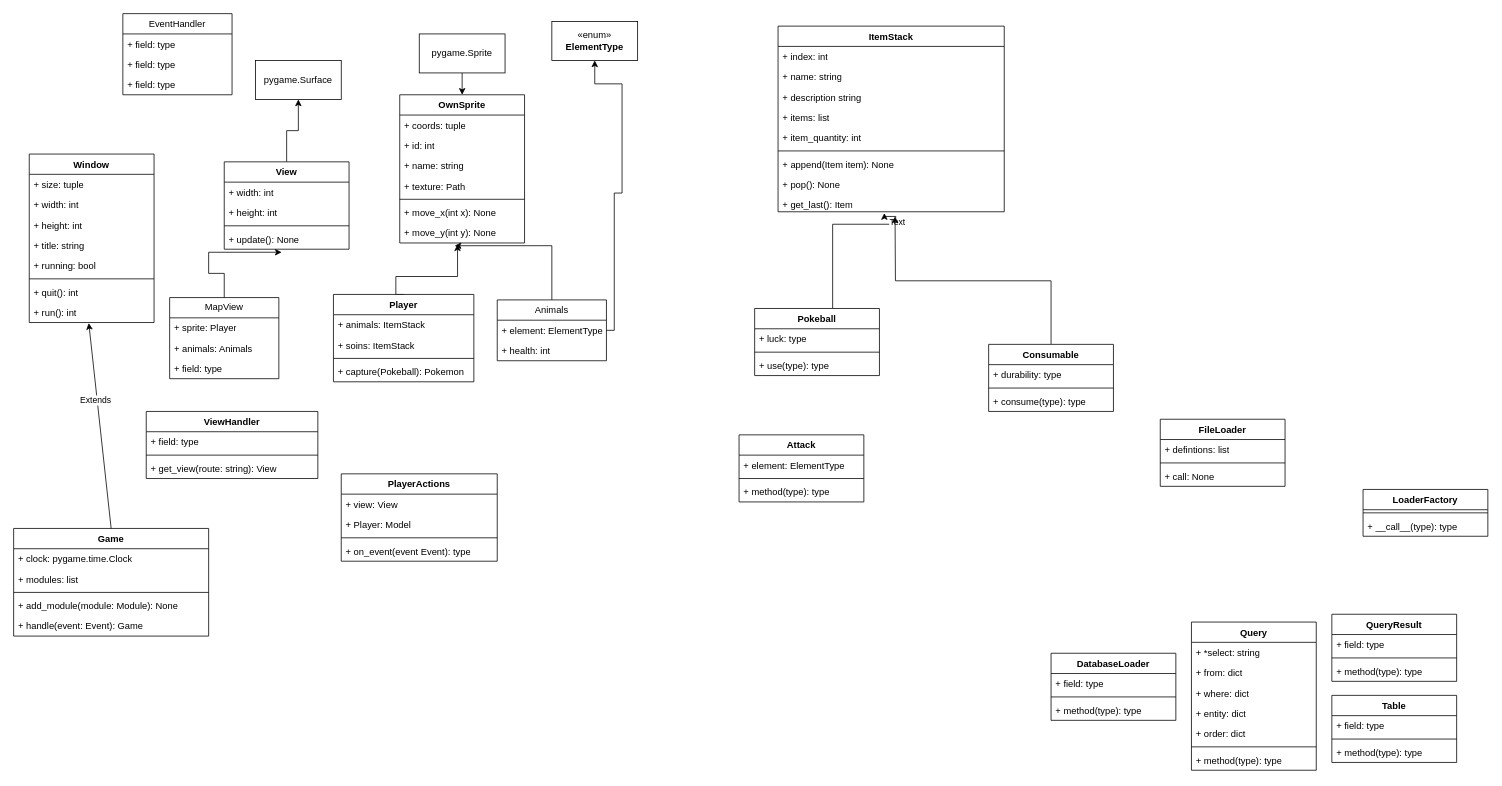
Cavernos/Pokemon keeps this draw.io diagram as docs/UML.drawio. Above is the earlier version. Source tidied: cells renumbered, new cells numbered last; positions are measured from the earlier drawing's top-left corner, leaving out a move shared by most shapes. Both pictures are drawn from the tidied source at 78%, with x=0, y=0 at pixel (13, 13).
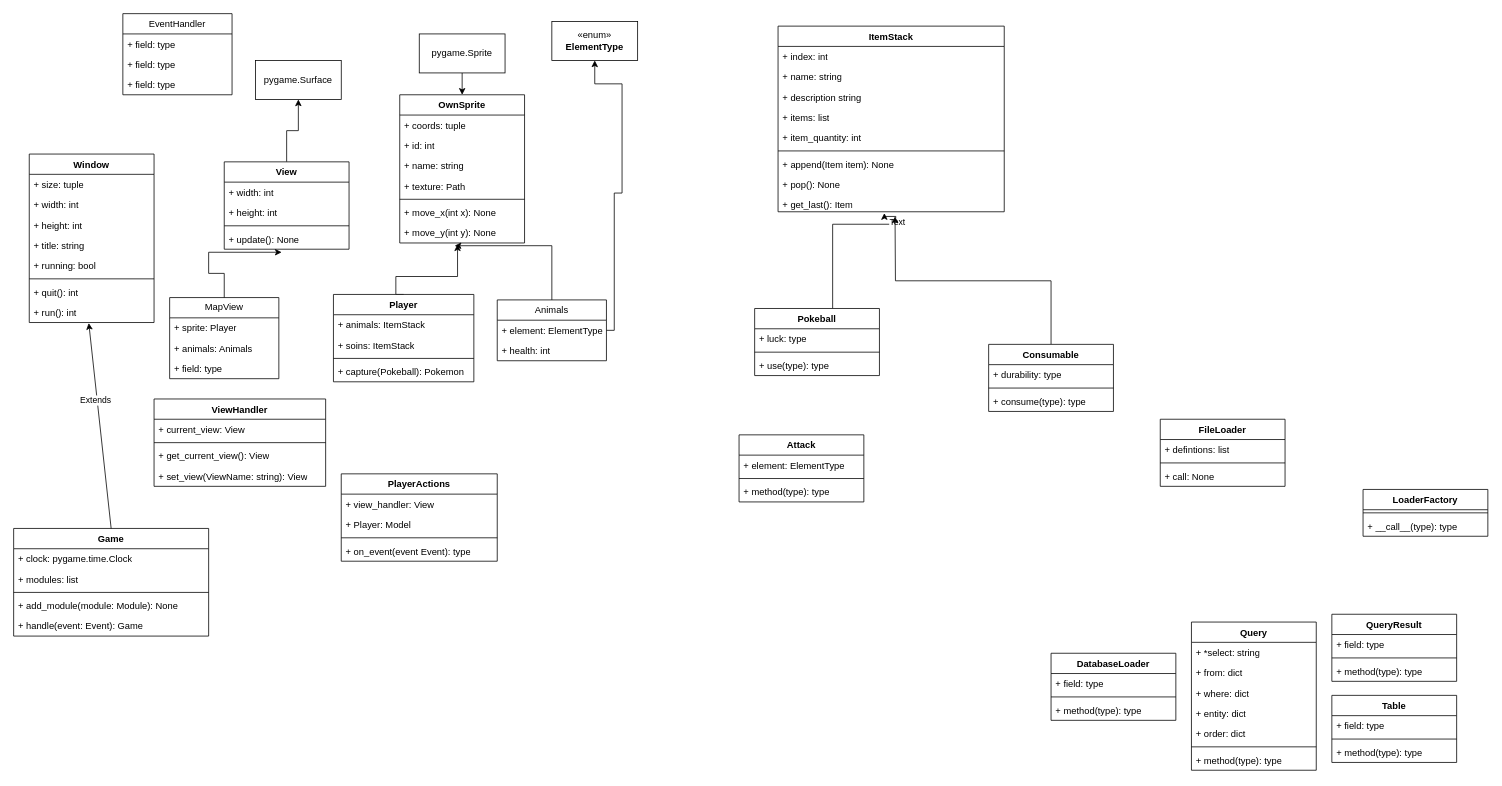
After the change.

Unchanged cells that the change refers to:
```xml
<mxCell id="64" value="PlayerActions" style="swimlane;fontStyle=1;align=center;verticalAlign=top;horizontal=1;startSize=26;whiteSpace=wrap;html=1;" parent="1" vertex="1">
  <mxGeometry x="420" y="590" width="200" height="112" as="geometry" />
</mxCell>
```

What changed in the source:
```diff
@@
     <mxCell id="36" value="ViewHandler" style="swimlane;fontStyle=1;align=center;verticalAlign=top;horizontal=1;startSize=26;whiteSpace=wrap;html=1;" parent="1" vertex="1">
-      <mxGeometry x="170" y="510" width="220" height="86" as="geometry" />
+      <mxGeometry x="180" y="494" width="220" height="112" as="geometry" />
     </mxCell>
-    <mxCell id="37" value="+ field: type" style="text;strokeColor=none;fillColor=none;align=left;verticalAlign=top;spacingLeft=4;spacingRight=4;overflow=hidden;whiteSpace=wrap;html=1;" parent="36" vertex="1">
+    <mxCell id="37" value="+ current_view: View" style="text;strokeColor=none;fillColor=none;align=left;verticalAlign=top;spacingLeft=4;spacingRight=4;overflow=hidden;whiteSpace=wrap;html=1;" parent="36" vertex="1">
       <mxGeometry y="26" width="220" height="26" as="geometry" />
     </mxCell>
@@
-    <mxCell id="39" value="+ get_view(route: string): View" style="text;strokeColor=none;fillColor=none;align=left;verticalAlign=top;spacingLeft=4;spacingRight=4;overflow=hidden;whiteSpace=wrap;html=1;" parent="36" vertex="1">
+    <mxCell id="39" value="+ get_current_view(): View" style="text;strokeColor=none;fillColor=none;align=left;verticalAlign=top;spacingLeft=4;spacingRight=4;overflow=hidden;whiteSpace=wrap;html=1;" parent="36" vertex="1">
       <mxGeometry y="60" width="220" height="26" as="geometry" />
     </mxCell>
+    <mxCell id="118" value="+ set_view(ViewName: string): View" style="text;strokeColor=none;fillColor=none;align=left;verticalAlign=top;spacingLeft=4;spacingRight=4;overflow=hidden;whiteSpace=wrap;html=1;" parent="36" vertex="1">
+      <mxGeometry y="86" width="220" height="26" as="geometry" />
+    </mxCell>
@@
-    <mxCell id="65" value="+ view: View" style="text;strokeColor=none;fillColor=none;align=left;verticalAlign=top;spacingLeft=4;spacingRight=4;overflow=hidden;whiteSpace=wrap;html=1;" parent="64" vertex="1">
+    <mxCell id="65" value="+ view_handler: View" style="text;strokeColor=none;fillColor=none;align=left;verticalAlign=top;spacingLeft=4;spacingRight=4;overflow=hidden;whiteSpace=wrap;html=1;" parent="64" vertex="1">
       <mxGeometry y="26" width="200" height="26" as="geometry" />
     </mxCell>
```
